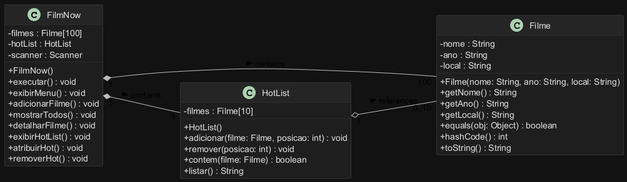
Above: docs/FilmNow_UML.png in juliovlpsp-commits/LAB03 (PlantUML), before the change.
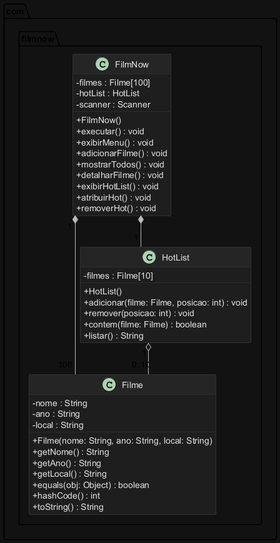
After the commit.

Change to the diagram source:
```diff
@@ -1,5 +1,4 @@
 @startuml FilmNow
-left to right direction
 skinparam backgroundColor #121212
 skinparam shadowing false
 skinparam ArrowColor #BBBBBB
@@ -11,45 +10,53 @@
 skinparam ClassHeaderBackgroundColor #252525
 skinparam PackageBackgroundColor #121212
 skinparam classAttributeIconSize 0
+skinparam linetype ortho
+skinparam nodesep 80
+skinparam ranksep 50
 
-class FilmNow {
-  - filmes : Filme[100]
-  - hotList : HotList
-  - scanner : Scanner
-  + FilmNow()
-  + executar() : void
-  + exibirMenu() : void
-  + adicionarFilme() : void
-  + mostrarTodos() : void
-  + detalharFilme() : void
-  + exibirHotList() : void
-  + atribuirHot() : void
-  + removerHot() : void
+package "com.filmnow" {
+  class FilmNow {
+    - filmes : Filme[100]
+    - hotList : HotList
+    - scanner : Scanner
+    + FilmNow()
+    + executar() : void
+    + exibirMenu() : void
+    + adicionarFilme() : void
+    + mostrarTodos() : void
+    + detalharFilme() : void
+    + exibirHotList() : void
+    + atribuirHot() : void
+    + removerHot() : void
+  }
+
+  class Filme {
+    - nome : String
+    - ano : String
+    - local : String
+    + Filme(nome: String, ano: String, local: String)
+    + getNome() : String
+    + getAno() : String
+    + getLocal() : String
+    + equals(obj: Object) : boolean
+    + hashCode() : int
+    + toString() : String
+  }
+
+  class HotList {
+    - filmes : Filme[10]
+    + HotList()
+    + adicionar(filme: Filme, posicao: int) : void
+    + remover(posicao: int) : void
+    + contem(filme: Filme) : boolean
+    + listar() : String
+  }
+
+  FilmNow -[hidden]D-> HotList
+  FilmNow -[hidden]D-> Filme
 }
 
-class Filme {
-  - nome : String
-  - ano : String
-  - local : String
-  + Filme(nome: String, ano: String, local: String)
-  + getNome() : String
-  + getAno() : String
-  + getLocal() : String
-  + equals(obj: Object) : boolean
-  + hashCode() : int
-  + toString() : String
-}
-
-class HotList {
-  - filmes : Filme[10]
-  + HotList()
-  + adicionar(filme: Filme, posicao: int) : void
-  + remover(posicao: int) : void
-  + contem(filme: Filme) : boolean
-  + listar() : String
-}
-
-FilmNow "1" *-- "100" Filme : contains >
-FilmNow "1" *-- "1" HotList : contains >
-HotList "1" o-- "0..10" Filme : references >
+FilmNow "1" *-- "100" Filme
+FilmNow "1" *-- "1" HotList
+HotList "1" o-- "0..10" Filme
 @enduml
```
